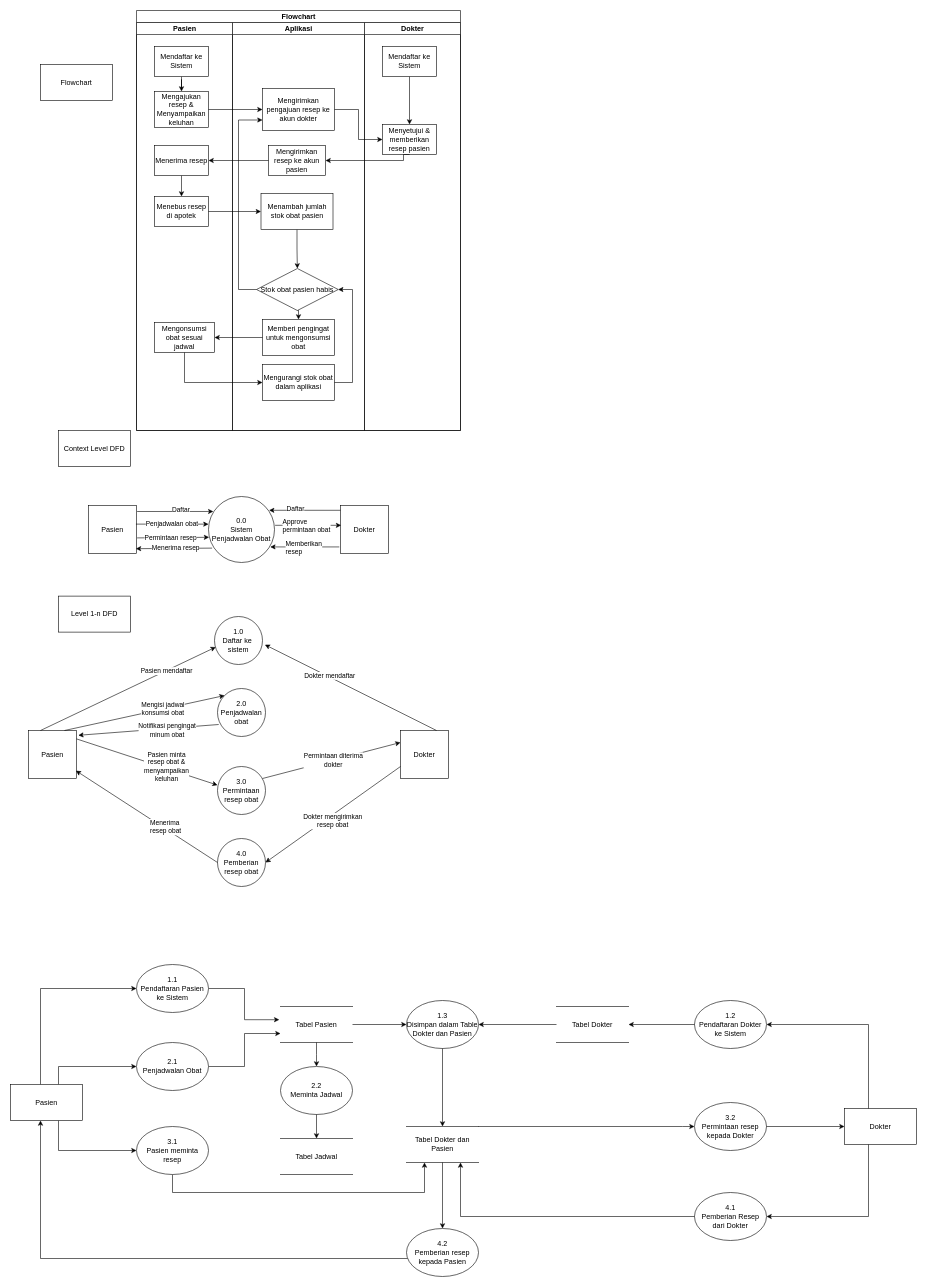
This is page "Flowchart" (1 of 2) of Flowchart.drawio from WidadAbida/Praktikum-PPL, a draw.io file, before an edit. Source tidied: cells renumbered, new cells numbered last; positions are measured from the earlier drawing's top-left corner, leaving out a move shared by most shapes. Both pictures are drawn from the tidied source at 60%, with x=0, y=0 at pixel (10, 10).
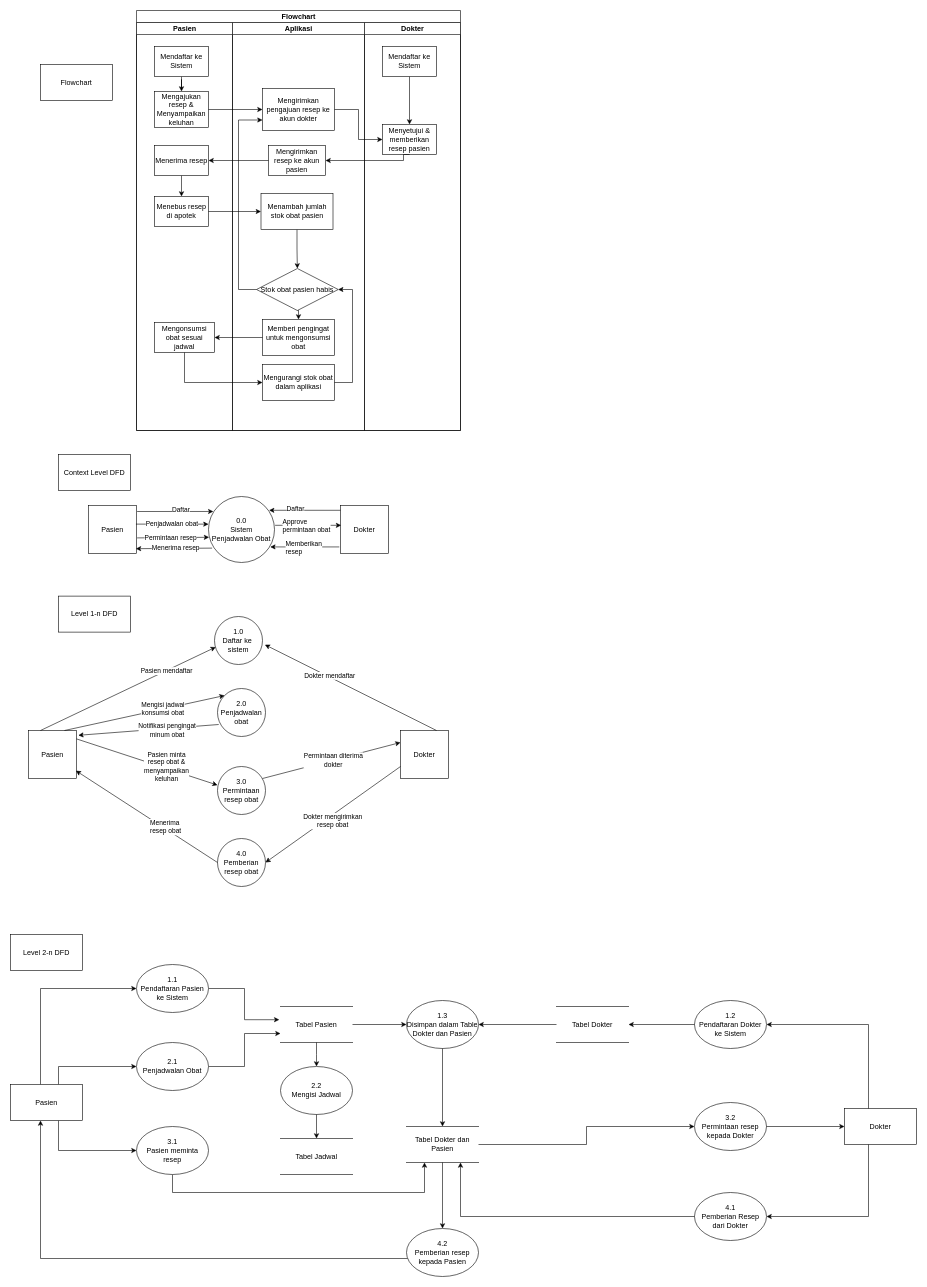
After the change.

Unchanged cells that the change refers to:
```xml
<mxCell id="63" value="1.2&lt;br&gt;Pendaftaran Dokter ke Sistem" style="ellipse;whiteSpace=wrap;html=1;fillColor=none;" parent="1" vertex="1">
  <mxGeometry x="1140" y="1650" width="120" height="80" as="geometry" />
</mxCell>
<mxCell id="66" value="Tabel Dokter dan Pasien" style="shape=partialRectangle;whiteSpace=wrap;html=1;left=0;right=0;fillColor=none;" parent="1" vertex="1">
  <mxGeometry x="660" y="1860" width="120" height="60" as="geometry" />
</mxCell>
<mxCell id="68" value="Tabel Dokter" style="shape=partialRectangle;whiteSpace=wrap;html=1;left=0;right=0;fillColor=none;" parent="1" vertex="1">
  <mxGeometry x="910" y="1660" width="120" height="60" as="geometry" />
</mxCell>
<mxCell id="76" value="3.2&lt;br&gt;Permintaan resep kepada Dokter" style="ellipse;whiteSpace=wrap;html=1;fillColor=none;" parent="1" vertex="1">
  <mxGeometry x="1140" y="1820" width="120" height="80" as="geometry" />
</mxCell>
```

What changed in the source:
```diff
@@
     <mxCell id="2" value="Context Level DFD" style="rounded=0;whiteSpace=wrap;html=1;" parent="1" vertex="1">
-      <mxGeometry x="80" y="700" width="120" height="60" as="geometry" />
+      <mxGeometry x="80" y="740" width="120" height="60" as="geometry" />
     </mxCell>
@@
-    <mxCell id="55" value="2.2&lt;br&gt;Meminta Jadwal" style="ellipse;whiteSpace=wrap;html=1;fillColor=none;" parent="1" vertex="1">
+    <mxCell id="55" value="2.2&lt;br&gt;Mengisi Jadwal" style="ellipse;whiteSpace=wrap;html=1;fillColor=none;" parent="1" vertex="1">
       <mxGeometry x="450" y="1760" width="120" height="80" as="geometry" />
     </mxCell>
@@
-    <mxCell id="62" style="edgeStyle=orthogonalEdgeStyle;rounded=0;jettySize=auto;html=1;entryX=1;entryY=0.5;entryDx=0;entryDy=0;" parent="1" edge="1" source="63" target="68">
-      <mxGeometry relative="1" as="geometry">
-        <Array as="points">
-          <mxPoint x="1140" y="1690" />
-        </Array>
-      </mxGeometry>
-    </mxCell>
@@
     <mxCell id="65" style="edgeStyle=orthogonalEdgeStyle;rounded=0;jettySize=auto;html=1;" parent="1" edge="1" source="66" target="76">
       <mxGeometry relative="1" as="geometry">
         <Array as="points">
-          <mxPoint x="1120" y="1860" />
-          <mxPoint x="1120" y="1860" />
+          <mxPoint x="960" y="1890" />
+          <mxPoint x="960" y="1860" />
         </Array>
       </mxGeometry>
     </mxCell>
@@
+    <mxCell id="62" style="endArrow=classic;html=1;exitX=0;exitY=0.5;exitDx=0;exitDy=0;entryX=1;entryY=0.5;entryDx=0;entryDy=0;" parent="1" edge="1" source="63" target="68">
+      <mxGeometry relative="1" as="geometry" />
+    </mxCell>
+    <mxCell id="108" value="Level 2-n DFD" style="rounded=0;whiteSpace=wrap;html=1;" parent="1" vertex="1">
+      <mxGeometry y="1540" width="120" height="60" as="geometry" />
+    </mxCell>
```
